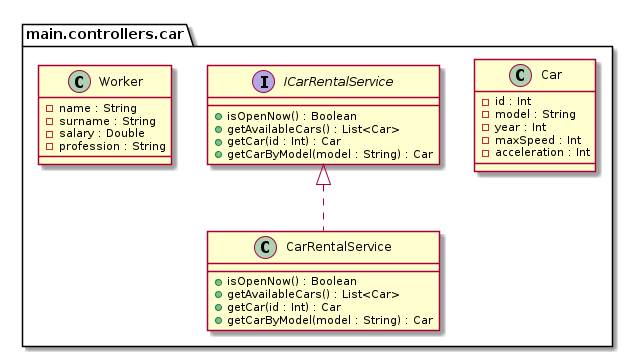
Before: docs/diagram.png, a diagram exported from PlantUML (LLM-Automation-Docs/Auto-Docs). Its source is kept beside it as docs/diagram.puml.
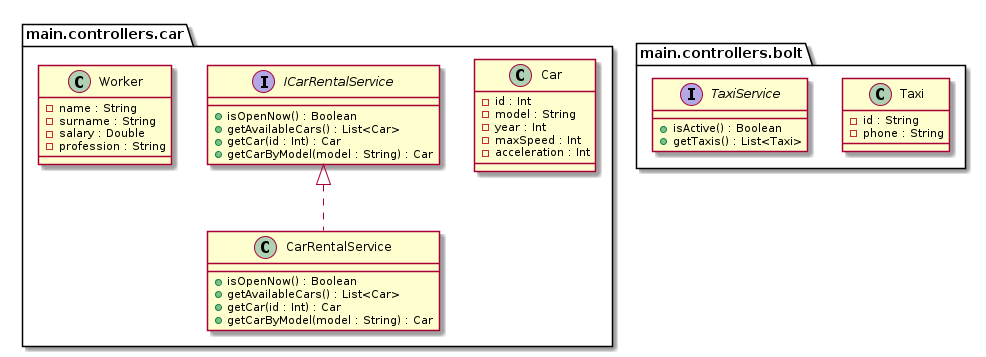
Later version of the same file.

Diff of the diagram source:
```diff
@@ -27,4 +27,14 @@
     -salary : Double
     -profession : String
 }
+
+class main.controllers.bolt.Taxi {
+    -id : String
+    -phone : String
+}
+
+interface main.controllers.bolt.TaxiService {
+    +isActive() : Boolean
+    +getTaxis() : List<Taxi>
+}
 @enduml
```
